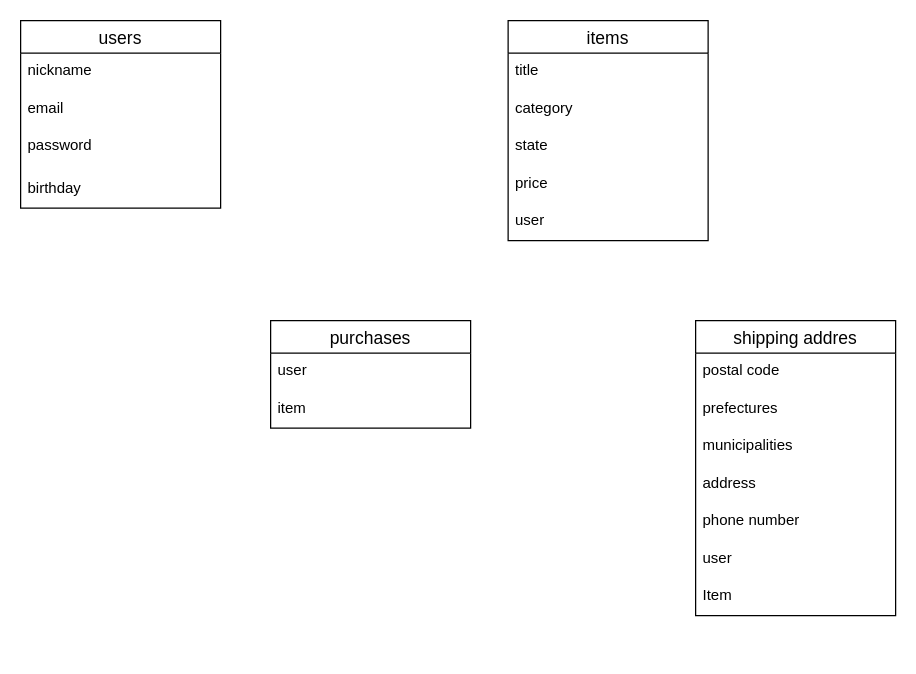
Before: furima.dio in karei0106/furima-31933, a draw.io diagram. Source tidied: cells renumbered, new cells numbered last; positions are measured from the earlier drawing's top-left corner, leaving out a move shared by most shapes. Both pictures are drawn from the tidied source at 125%, with x=0, y=0 at pixel (20, 20).
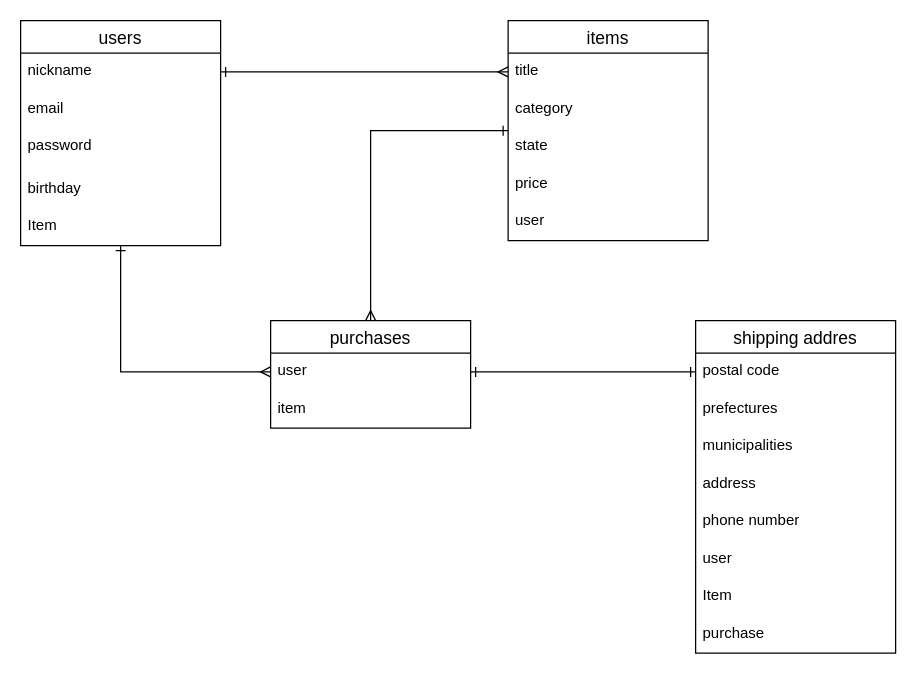
After the change.

Unchanged cells that the change refers to:
```xml
<mxCell id="3" value="nickname" style="text;strokeColor=none;fillColor=none;spacingLeft=4;spacingRight=4;overflow=hidden;points=[[0,0.5],[1,0.5]];portConstraint=eastwest;fontSize=12;" parent="2" vertex="1">
  <mxGeometry y="26" width="160" height="30" as="geometry" />
</mxCell>
<mxCell id="7" value="items" style="swimlane;fontStyle=0;horizontal=1;startSize=26;align=center;fontSize=14;" parent="1" vertex="1">
  <mxGeometry x="390" width="160" height="176" as="geometry" />
</mxCell>
<mxCell id="8" value="title" style="text;strokeColor=none;fillColor=none;spacingLeft=4;spacingRight=4;overflow=hidden;points=[[0,0.5],[1,0.5]];portConstraint=eastwest;fontSize=12;" parent="7" vertex="1">
  <mxGeometry y="26" width="160" height="30" as="geometry" />
</mxCell>
<mxCell id="13" value="purchases" style="swimlane;fontStyle=0;horizontal=1;startSize=26;align=center;fontSize=14;" parent="1" vertex="1">
  <mxGeometry x="200" y="240" width="160" height="86" as="geometry" />
</mxCell>
<mxCell id="14" value="user" style="text;strokeColor=none;fillColor=none;spacingLeft=4;spacingRight=4;overflow=hidden;points=[[0,0.5],[1,0.5]];portConstraint=eastwest;fontSize=12;" parent="13" vertex="1">
  <mxGeometry y="26" width="160" height="30" as="geometry" />
</mxCell>
<mxCell id="17" value="postal code" style="text;strokeColor=none;fillColor=none;spacingLeft=4;spacingRight=4;overflow=hidden;points=[[0,0.5],[1,0.5]];portConstraint=eastwest;fontSize=12;" parent="16" vertex="1">
  <mxGeometry y="26" width="160" height="30" as="geometry" />
</mxCell>
```

The edit, as a diff of the source:
```diff
@@
+    <mxCell id="24" style="edgeStyle=orthogonalEdgeStyle;rounded=0;jettySize=auto;html=1;entryX=0;entryY=0.5;entryDx=0;entryDy=0;startArrow=ERone;startFill=0;endArrow=ERmany;endFill=0;" parent="1" edge="1" source="2" target="14">
+      <mxGeometry relative="1" as="geometry" />
+    </mxCell>
     <mxCell id="2" value="users" style="swimlane;fontStyle=0;horizontal=1;startSize=26;align=center;fontSize=14;" parent="1" vertex="1">
-      <mxGeometry width="160" height="150" as="geometry" />
+      <mxGeometry width="160" height="180" as="geometry" />
     </mxCell>
@@
+    <mxCell id="25" value="Item" style="text;strokeColor=none;fillColor=none;spacingLeft=4;spacingRight=4;overflow=hidden;fontSize=12;" parent="2" vertex="1">
+      <mxGeometry y="150" width="160" height="30" as="geometry" />
+    </mxCell>
+    <mxCell id="26" style="edgeStyle=orthogonalEdgeStyle;rounded=0;jettySize=auto;html=1;startArrow=ERone;startFill=0;endArrow=ERmany;endFill=0;entryX=0.5;entryY=0;entryDx=0;entryDy=0;" parent="1" edge="1" source="7" target="13">
+      <mxGeometry relative="1" as="geometry" />
+    </mxCell>
@@
     <mxCell id="16" value="shipping addres" style="swimlane;fontStyle=0;horizontal=1;startSize=26;align=center;fontSize=14;" parent="1" vertex="1">
-      <mxGeometry x="540" y="240" width="160" height="236" as="geometry" />
+      <mxGeometry x="540" y="240" width="160" height="266" as="geometry" />
     </mxCell>
@@
+    <mxCell id="27" value="Item" style="text;strokeColor=none;fillColor=none;spacingLeft=4;spacingRight=4;overflow=hidden;fontSize=12;" parent="16" vertex="1">
+      <mxGeometry y="206" width="160" height="30" as="geometry" />
+    </mxCell>
-    <mxCell id="23" value="Item" style="text;strokeColor=none;fillColor=none;spacingLeft=4;spacingRight=4;overflow=hidden;fontSize=12;" parent="16" vertex="1">
-      <mxGeometry y="206" width="160" height="30" as="geometry" />
+    <mxCell id="23" value="purchase" style="text;strokeColor=none;fillColor=none;spacingLeft=4;spacingRight=4;overflow=hidden;fontSize=12;" parent="16" vertex="1">
+      <mxGeometry y="236" width="160" height="30" as="geometry" />
     </mxCell>
+    <mxCell id="28" style="edgeStyle=orthogonalEdgeStyle;rounded=0;jettySize=auto;html=1;exitX=1;exitY=0.5;exitDx=0;exitDy=0;entryX=0;entryY=0.5;entryDx=0;entryDy=0;endArrow=ERmany;endFill=0;startArrow=ERone;startFill=0;" parent="1" edge="1" source="3" target="8">
+      <mxGeometry relative="1" as="geometry" />
+    </mxCell>
+    <mxCell id="29" style="edgeStyle=orthogonalEdgeStyle;rounded=0;jettySize=auto;html=1;exitX=1;exitY=0.5;exitDx=0;exitDy=0;entryX=0;entryY=0.5;entryDx=0;entryDy=0;startArrow=ERone;startFill=0;endArrow=ERone;endFill=0;" parent="1" edge="1" source="14" target="17">
+      <mxGeometry relative="1" as="geometry" />
+    </mxCell>
```
